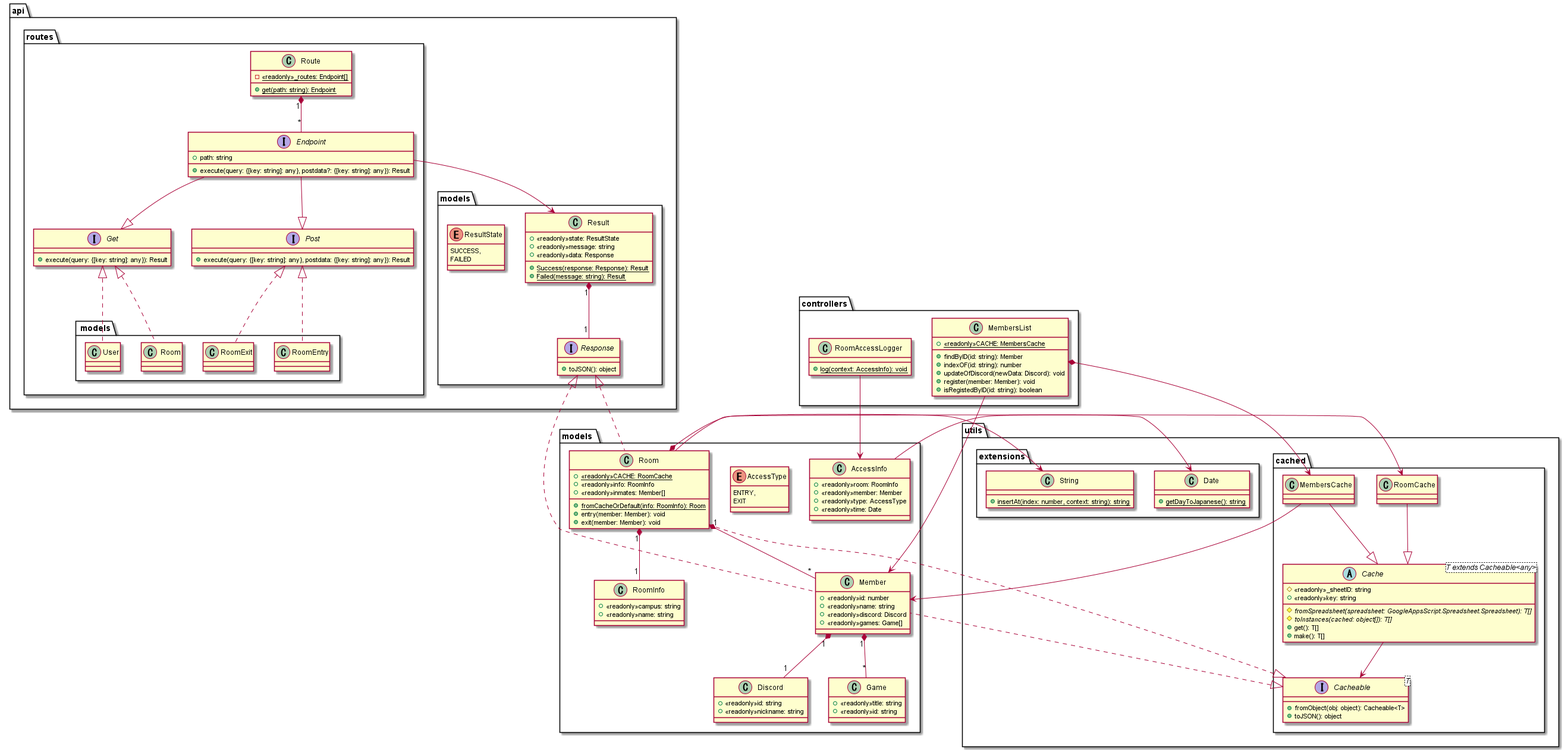
This is uml/classDiagram/classDiagram.png from NIT-esports/NITeAPI, a PlantUML export, as it was before one commit.
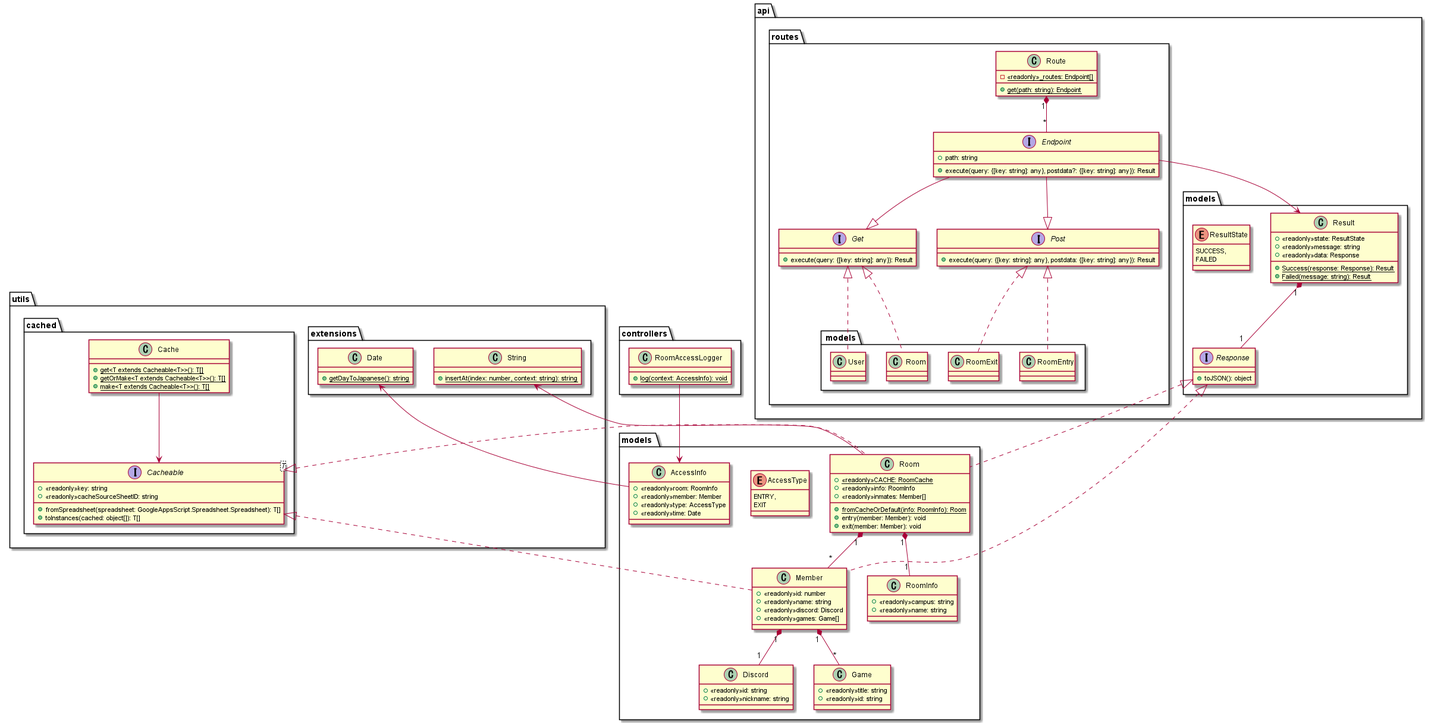
The same diagram one commit later.

What changed in the source:
```diff
@@ -52,15 +52,6 @@
 }
 package controllers
 {
-    class MembersList
-    {
-        +{static}<<readonly>>CACHE: MembersCache
-        +findByID(id: string): Member
-        +indexOF(id: string): number
-        +updateOfDiscord(newData: Discord): void
-        +register(member: Member): void
-        +isRegistedByID(id: string): boolean
-    }
     class RoomAccessLogger
     {
         +{static}log(context: AccessInfo): void
@@ -116,22 +107,19 @@
 {
     package cached
     {
-        abstract Cache<T extends Cacheable<any>>
+        class Cache
         {
-            #<<readonly>>_sheetID: string
-            +<<readonly>>key: string
-            #{abstract}fromSpreadsheet(spreadsheet: GoogleAppsScript.Spreadsheet.Spreadsheet): T[]
-            #{abstract}toInstances(cached: object[]): T[]
-            +get(): T[]
-            +make(): T[]
+            +{static}get<T extends Cacheable<T>>(): T[]
+            +{static}getOrMake<T extends Cacheable<T>>(): T[]
+            +{static}make<T extends Cacheable<T>>(): T[]
         }
         interface Cacheable<T>
         {
-            +fromObject(obj: object): Cacheable<T>
-            +toJSON(): object
+            +<<readonly>>key: string
+            +<<readonly>>cacheSourceSheetID: string
+            +fromSpreadsheet(spreadsheet: GoogleAppsScript.Spreadsheet.Spreadsheet): T[]
+            +toInstances(cached: object[]): T[]
         }
-        class MembersCache
-        class RoomCache
     }
     package extensions
     {
@@ -146,8 +134,6 @@
     }
 }
 
-MembersCache --|> Cache
-RoomCache --|> Cache
 Endpoint --|> Get
 Endpoint --|> Post
 
@@ -167,13 +153,8 @@
 Result "1" *-- "1" Response
 Route "1" *-- "*" Endpoint
 
-MembersList *--> MembersCache
-Room *--> RoomCache
-
 Cache --> Cacheable
-MembersCache --> Member
 AccessInfo --> Date
-MembersList --> Member
 Room --> String
 RoomAccessLogger --> AccessInfo
 Endpoint --> Result
```
